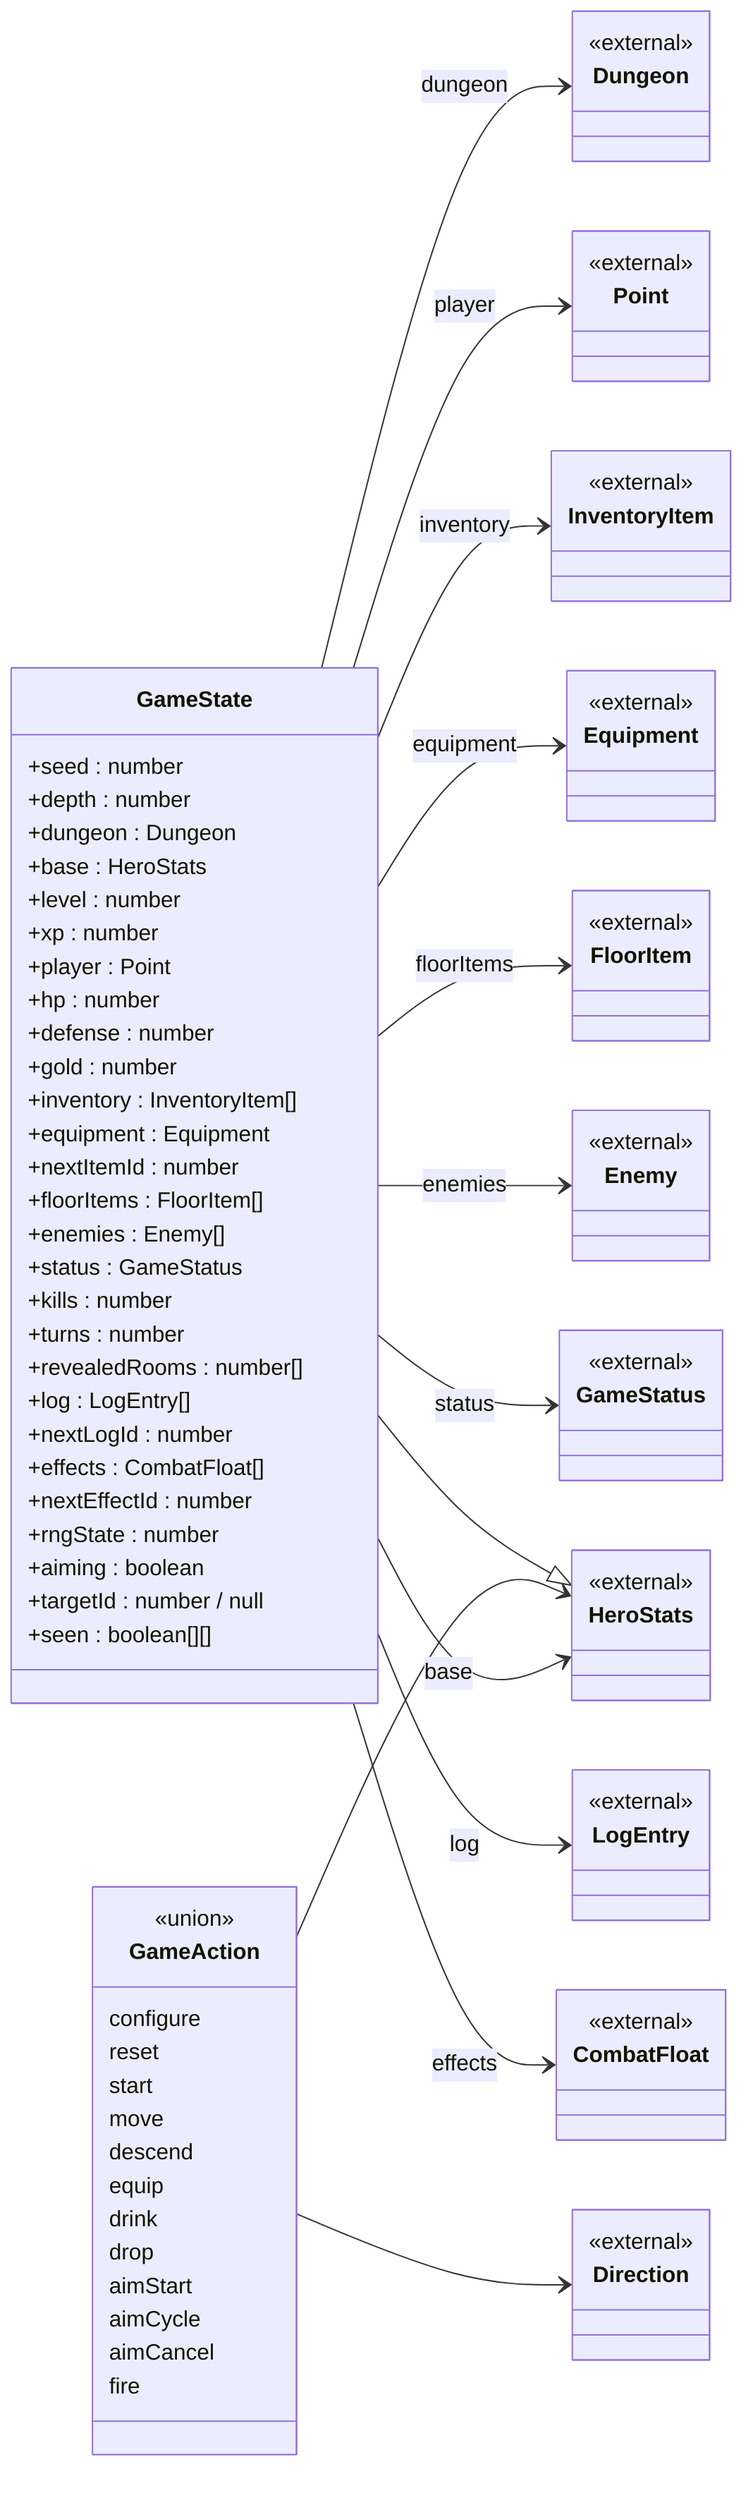
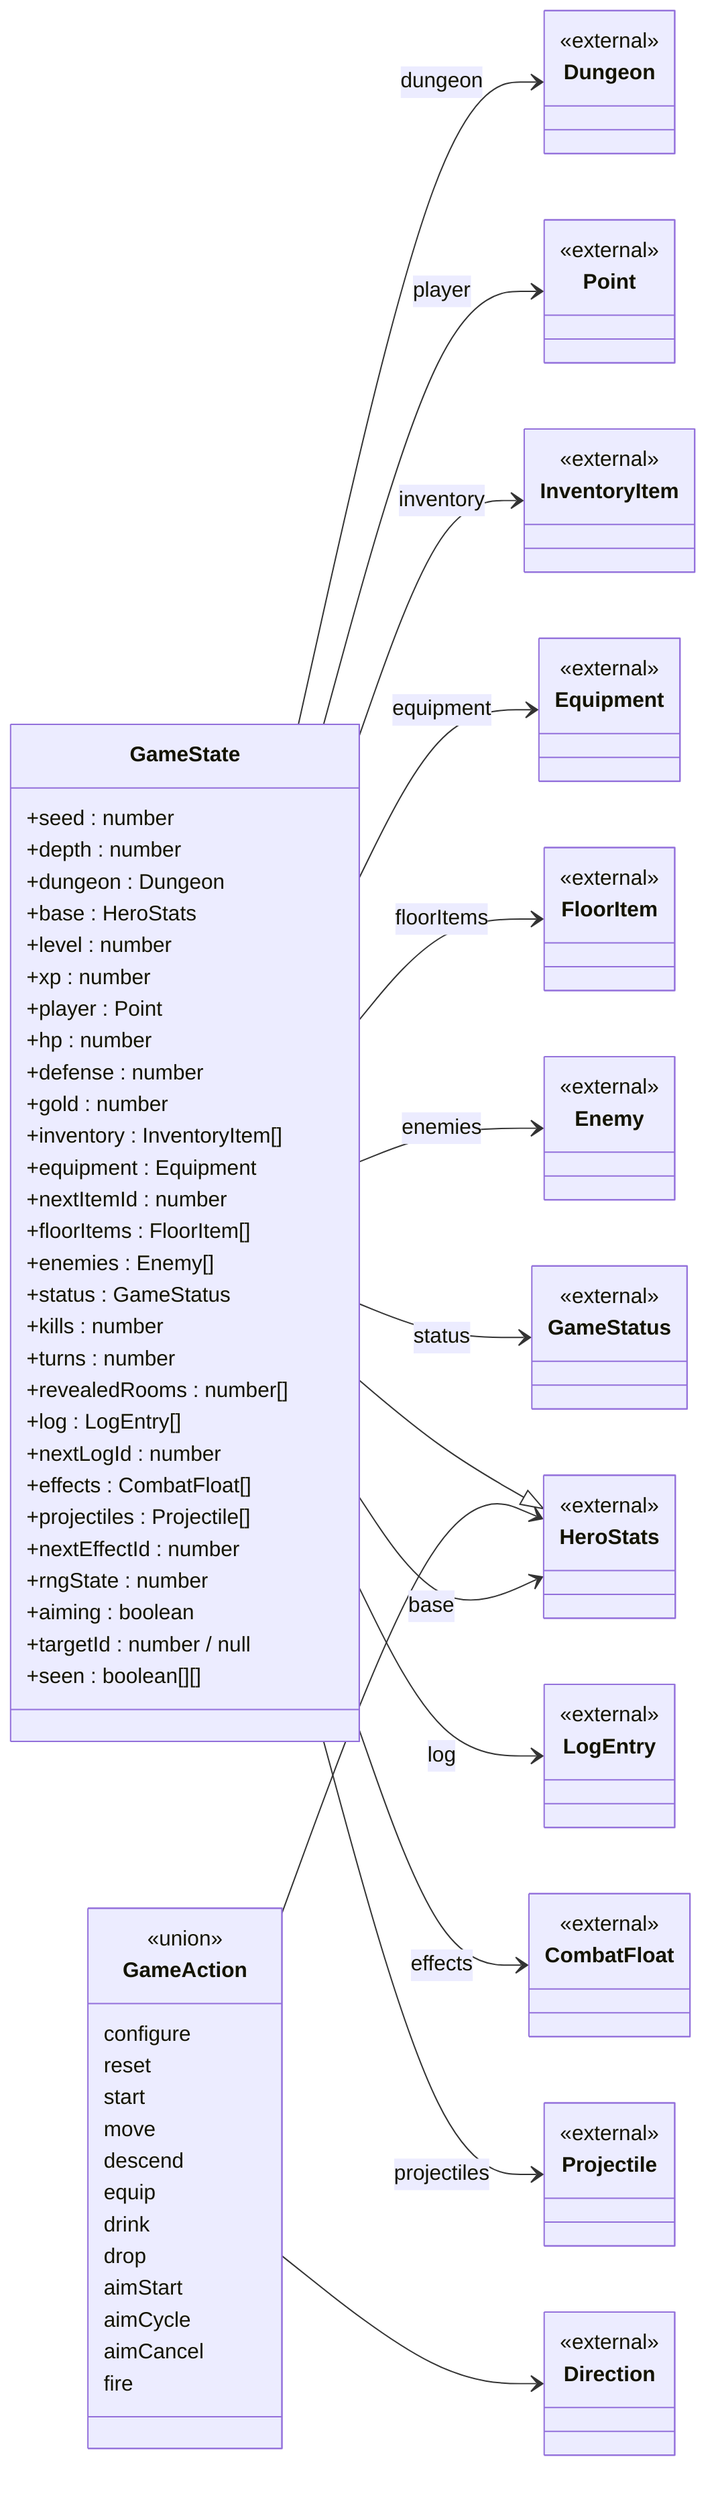
classDiagram
  direction LR
  class GameState {
    +seed : number
    +depth : number
    +dungeon : Dungeon
    +base : HeroStats
    +level : number
    +xp : number
    +player : Point
    +hp : number
    +defense : number
    +gold : number
    +inventory : InventoryItem[]
    +equipment : Equipment
    +nextItemId : number
    +floorItems : FloorItem[]
    +enemies : Enemy[]
    +status : GameStatus
    +kills : number
    +turns : number
    +revealedRooms : number[]
    +log : LogEntry[]
    +nextLogId : number
    +effects : CombatFloat[]
+     +projectiles : Projectile[]
    +nextEffectId : number
    +rngState : number
    +aiming : boolean
    +targetId : number / null
    +seen : boolean[][]
  }
  class GameAction {
    <<union>>
    configure
    reset
    start
    move
    descend
    equip
    drink
    drop
    aimStart
    aimCycle
    aimCancel
    fire
  }
  class HeroStats {
    <<external>>
  }
  class Dungeon {
    <<external>>
  }
  class Point {
    <<external>>
  }
  class InventoryItem {
    <<external>>
  }
  class Equipment {
    <<external>>
  }
  class FloorItem {
    <<external>>
  }
  class Enemy {
    <<external>>
  }
  class GameStatus {
    <<external>>
  }
  class LogEntry {
    <<external>>
  }
  class CombatFloat {
    <<external>>
  }
+   class Projectile {
+     <<external>>
+   }
  class Direction {
    <<external>>
  }
  HeroStats <|-- GameState
  GameState --> Dungeon : dungeon
  GameState --> HeroStats : base
  GameState --> Point : player
  GameState --> InventoryItem : inventory
  GameState --> Equipment : equipment
  GameState --> FloorItem : floorItems
  GameState --> Enemy : enemies
  GameState --> GameStatus : status
  GameState --> LogEntry : log
  GameState --> CombatFloat : effects
+   GameState --> Projectile : projectiles
  GameAction --> HeroStats
  GameAction --> Direction
